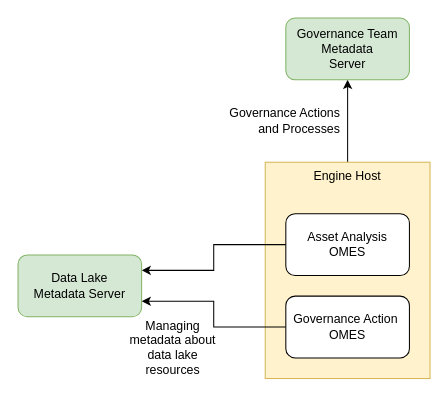
Before: page "metadata-servers" (3 of 7) of open-metadata-implementation/governance-servers/engine-host-services/docs/engine-host.drawio in odpi/egeria, a draw.io diagram. Source tidied: cells renumbered, new cells numbered last; positions are measured from the earlier drawing's top-left corner, leaving out a move shared by most shapes. Both pictures are drawn from the tidied source at 103%, with x=0, y=0 at pixel (18, 18).
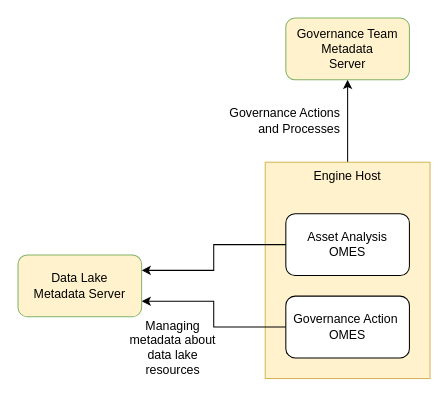
The same diagram, later.

What changed in the source:
```diff
@@
 <mxGraphModel>
   <root>
     <mxCell id="0" />
     <mxCell id="1" parent="0" />
     <mxCell id="2" style="edgeStyle=orthogonalEdgeStyle;rounded=0;jettySize=auto;html=1;entryX=0.5;entryY=1;entryDx=0;entryDy=0;" parent="1" edge="1" source="3" target="4">
       <mxGeometry relative="1" as="geometry" />
     </mxCell>
     <mxCell id="3" value="Engine Host" style="rounded=0;whiteSpace=wrap;html=1;verticalAlign=top;fillColor=#fff2cc;strokeColor=#d6b656;" parent="1" vertex="1">
       <mxGeometry x="240" y="140" width="160" height="210" as="geometry" />
     </mxCell>
-    <mxCell id="4" value="Governance Team&lt;br&gt;Metadata&lt;br&gt;Server" style="rounded=1;whiteSpace=wrap;html=1;fillColor=#d5e8d4;strokeColor=#82b366;" parent="1" vertex="1">
+    <mxCell id="4" value="Governance Team&lt;br&gt;Metadata&lt;br&gt;Server" style="rounded=1;whiteSpace=wrap;html=1;fillColor=#fff2cc;strokeColor=#82b366;" parent="1" vertex="1">
       <mxGeometry x="260" width="120" height="60" as="geometry" />
     </mxCell>
     <mxCell id="5" style="edgeStyle=orthogonalEdgeStyle;rounded=0;jettySize=auto;html=1;entryX=1;entryY=0.25;entryDx=0;entryDy=0;" parent="1" edge="1" source="6" target="10">
       <mxGeometry relative="1" as="geometry" />
     </mxCell>
     <mxCell id="6" value="Asset Analysis &lt;br&gt;OMES" style="rounded=1;whiteSpace=wrap;html=1;" parent="1" vertex="1">
       <mxGeometry x="260" y="190" width="120" height="60" as="geometry" />
     </mxCell>
     <mxCell id="7" style="edgeStyle=orthogonalEdgeStyle;rounded=0;jettySize=auto;html=1;exitX=0;exitY=0.5;exitDx=0;exitDy=0;entryX=1;entryY=0.75;entryDx=0;entryDy=0;" parent="1" edge="1" source="8" target="10">
       <mxGeometry relative="1" as="geometry" />
     </mxCell>
     <mxCell id="8" value="Governance Action&amp;nbsp;&lt;br&gt;OMES" style="rounded=1;whiteSpace=wrap;html=1;" parent="1" vertex="1">
       <mxGeometry x="260" y="270" width="120" height="60" as="geometry" />
     </mxCell>
     <mxCell id="9" value="Governance Actions&lt;br&gt;and Processes" style="text;html=1;align=right;verticalAlign=middle;" parent="1" vertex="1">
       <mxGeometry x="194" y="85" width="120" height="30" as="geometry" />
     </mxCell>
-    <mxCell id="10" value="Data Lake&lt;br&gt;Metadata Server" style="rounded=1;whiteSpace=wrap;html=1;fillColor=#d5e8d4;strokeColor=#82b366;" parent="1" vertex="1">
+    <mxCell id="10" value="Data Lake&lt;br&gt;Metadata Server" style="rounded=1;whiteSpace=wrap;html=1;fillColor=#fff2cc;strokeColor=#82b366;" parent="1" vertex="1">
       <mxGeometry y="230" width="120" height="60" as="geometry" />
     </mxCell>
     <mxCell id="11" value="Managing&lt;br&gt;metadata about&lt;br&gt;data lake&lt;br&gt;resources" style="text;html=1;align=center;verticalAlign=middle;" parent="1" vertex="1">
       <mxGeometry x="100" y="290" width="100" height="60" as="geometry" />
     </mxCell>
   </root>
 </mxGraphModel>
```
